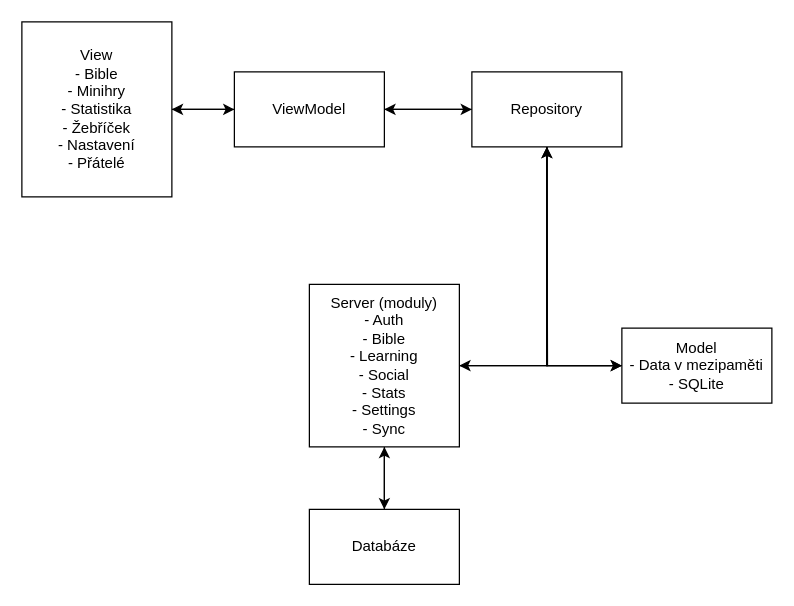
The draw.io diagram docs/diagram/architecture.drawio in matakom/bible-memorization, before the edit. Source tidied: cells renumbered, new cells numbered last; positions are measured from the earlier drawing's top-left corner, leaving out a move shared by most shapes. Both pictures are drawn from the tidied source at 125%, with x=0, y=0 at pixel (21, 21).
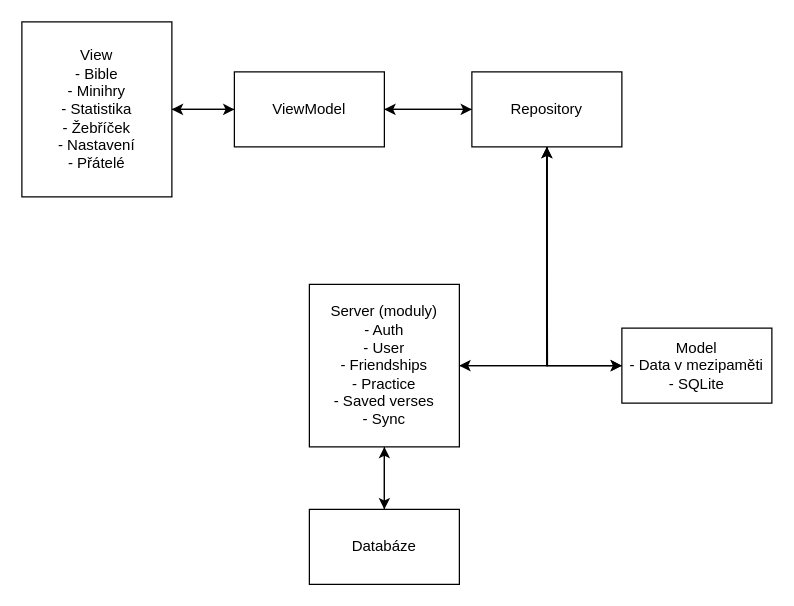
The same page after the edit.

The edit, as a diff of the source:
```diff
@@
 <mxGraphModel>
   <root>
     <mxCell id="0" />
     <mxCell id="1" parent="0" />
     <mxCell id="2" style="edgeStyle=orthogonalEdgeStyle;rounded=0;jettySize=auto;html=1;entryX=0;entryY=0.5;entryDx=0;entryDy=0;" parent="1" edge="1" source="3" target="6">
       <mxGeometry relative="1" as="geometry" />
     </mxCell>
     <mxCell id="3" value="View&lt;div&gt;- Bible&lt;/div&gt;&lt;div&gt;- Minihry&lt;/div&gt;&lt;div&gt;- Statistika&lt;/div&gt;&lt;div&gt;- Žebříček&lt;/div&gt;&lt;div&gt;- Nastavení&lt;/div&gt;&lt;div&gt;- Přátelé&lt;/div&gt;" style="rounded=0;whiteSpace=wrap;html=1;" parent="1" vertex="1">
       <mxGeometry width="120" height="140" as="geometry" />
     </mxCell>
     <mxCell id="4" style="edgeStyle=orthogonalEdgeStyle;rounded=0;jettySize=auto;html=1;exitX=0;exitY=0.5;exitDx=0;exitDy=0;entryX=1;entryY=0.5;entryDx=0;entryDy=0;" parent="1" edge="1" source="6" target="3">
       <mxGeometry relative="1" as="geometry" />
     </mxCell>
     <mxCell id="5" style="edgeStyle=orthogonalEdgeStyle;rounded=0;jettySize=auto;html=1;entryX=0;entryY=0.5;entryDx=0;entryDy=0;" parent="1" edge="1" source="6" target="18">
       <mxGeometry relative="1" as="geometry" />
     </mxCell>
     <mxCell id="6" value="ViewModel" style="rounded=0;whiteSpace=wrap;html=1;" parent="1" vertex="1">
       <mxGeometry x="170" y="40" width="120" height="60" as="geometry" />
     </mxCell>
     <mxCell id="7" style="edgeStyle=orthogonalEdgeStyle;rounded=0;jettySize=auto;html=1;" parent="1" edge="1" source="8">
       <mxGeometry relative="1" as="geometry">
         <mxPoint x="420" y="100" as="targetPoint" />
       </mxGeometry>
     </mxCell>
     <mxCell id="8" value="Model&lt;div&gt;- Data v mezipaměti&lt;/div&gt;&lt;div&gt;- SQLite&lt;/div&gt;" style="rounded=0;whiteSpace=wrap;html=1;" parent="1" vertex="1">
       <mxGeometry x="480" y="245" width="120" height="60" as="geometry" />
     </mxCell>
     <mxCell id="9" style="edgeStyle=orthogonalEdgeStyle;rounded=0;jettySize=auto;html=1;entryX=1;entryY=0.5;entryDx=0;entryDy=0;exitX=0;exitY=0.5;exitDx=0;exitDy=0;" parent="1" edge="1" source="18" target="6">
       <mxGeometry relative="1" as="geometry" />
     </mxCell>
     <mxCell id="10" style="edgeStyle=orthogonalEdgeStyle;rounded=0;jettySize=auto;html=1;entryX=0.5;entryY=1;entryDx=0;entryDy=0;" parent="1" edge="1" source="12" target="18">
       <mxGeometry relative="1" as="geometry" />
     </mxCell>
     <mxCell id="11" style="edgeStyle=orthogonalEdgeStyle;rounded=0;jettySize=auto;html=1;entryX=0.5;entryY=0;entryDx=0;entryDy=0;" parent="1" edge="1" source="12" target="14">
       <mxGeometry relative="1" as="geometry" />
     </mxCell>
-    <mxCell id="12" value="Server (moduly)&lt;div&gt;- Auth&lt;/div&gt;&lt;div&gt;- Bible&lt;/div&gt;&lt;div&gt;- Learning&lt;/div&gt;&lt;div&gt;- Social&lt;/div&gt;&lt;div&gt;- Stats&lt;/div&gt;&lt;div&gt;- Settings&lt;/div&gt;&lt;div&gt;- Sync&lt;/div&gt;" style="rounded=0;whiteSpace=wrap;html=1;" parent="1" vertex="1">
+    <mxCell id="12" value="Server (moduly)&lt;div&gt;- Auth&lt;/div&gt;&lt;div&gt;- User&lt;/div&gt;&lt;div&gt;- Friendships&lt;/div&gt;&lt;div&gt;- Practice&lt;/div&gt;&lt;div&gt;- Saved verses&lt;/div&gt;&lt;div&gt;- Sync&lt;/div&gt;" style="rounded=0;whiteSpace=wrap;html=1;" parent="1" vertex="1">
       <mxGeometry x="230" y="210" width="120" height="130" as="geometry" />
     </mxCell>
     <mxCell id="13" style="edgeStyle=orthogonalEdgeStyle;rounded=0;jettySize=auto;html=1;entryX=0.5;entryY=1;entryDx=0;entryDy=0;" parent="1" edge="1" source="14" target="12">
       <mxGeometry relative="1" as="geometry" />
     </mxCell>
     <mxCell id="14" value="Databáze" style="rounded=0;whiteSpace=wrap;html=1;" parent="1" vertex="1">
       <mxGeometry x="230" y="390" width="120" height="60" as="geometry" />
     </mxCell>
     <mxCell id="15" style="edgeStyle=orthogonalEdgeStyle;rounded=0;jettySize=auto;html=1;entryX=1;entryY=0.5;entryDx=0;entryDy=0;exitX=0.5;exitY=1;exitDx=0;exitDy=0;" parent="1" edge="1" source="18" target="12">
       <mxGeometry relative="1" as="geometry" />
     </mxCell>
     <mxCell id="16" style="edgeStyle=orthogonalEdgeStyle;rounded=0;jettySize=auto;html=1;entryX=0;entryY=0.5;entryDx=0;entryDy=0;" parent="1" edge="1" source="18" target="8">
       <mxGeometry relative="1" as="geometry" />
     </mxCell>
     <mxCell id="17" style="edgeStyle=orthogonalEdgeStyle;rounded=0;jettySize=auto;html=1;entryX=0;entryY=0.5;entryDx=0;entryDy=0;" parent="1" edge="1" source="18" target="8">
       <mxGeometry relative="1" as="geometry" />
     </mxCell>
     <mxCell id="18" value="Repository" style="rounded=0;whiteSpace=wrap;html=1;" parent="1" vertex="1">
       <mxGeometry x="360" y="40" width="120" height="60" as="geometry" />
     </mxCell>
   </root>
 </mxGraphModel>
```
